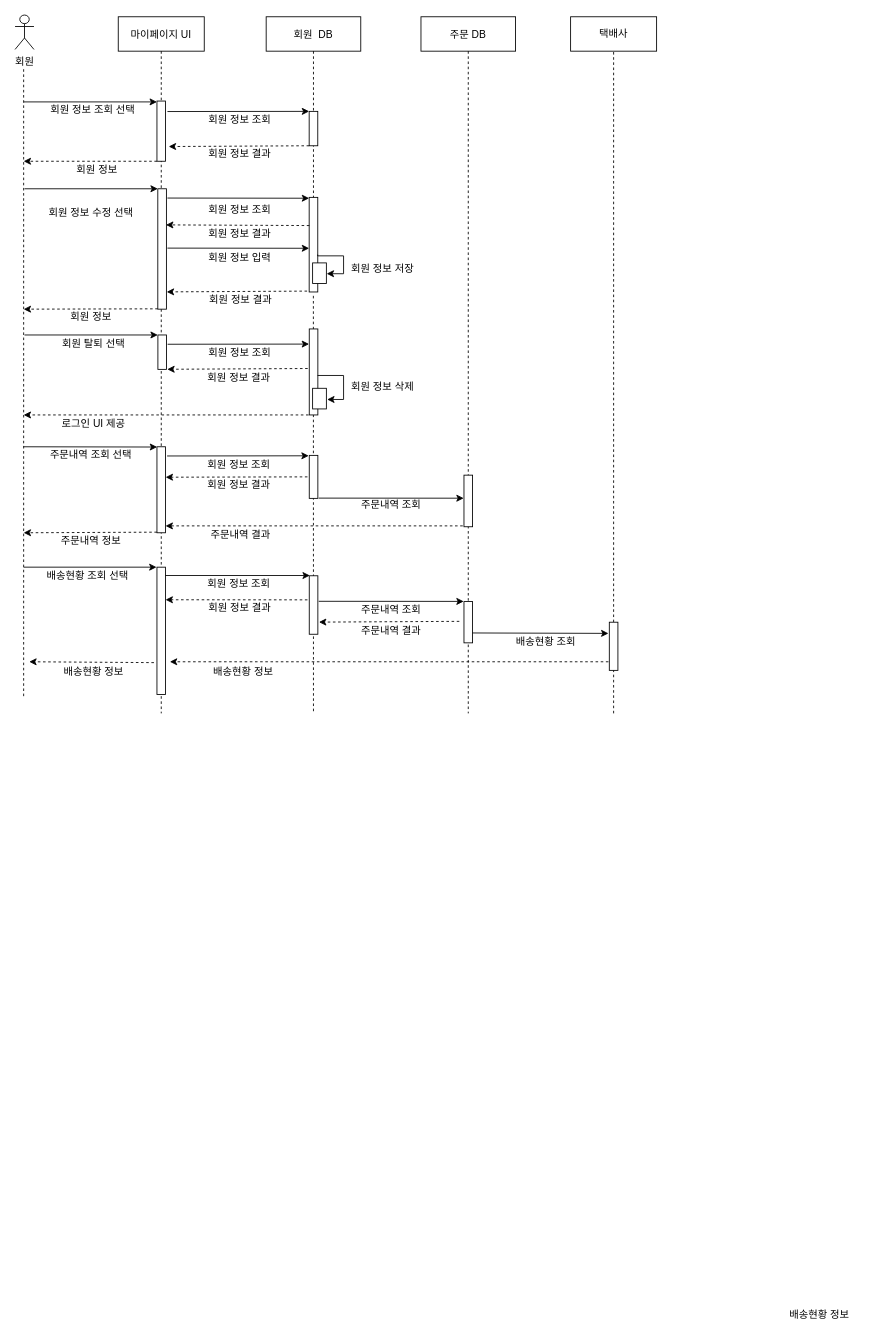
The draw.io diagram Untitled Diagram.drawio in itsdam/JAVA, before the edit. Source tidied: cells renumbered, new cells numbered last; positions are measured from the earlier drawing's top-left corner, leaving out a move shared by most shapes. Both pictures are drawn from the tidied source at 86%, with x=0, y=0 at pixel (15, 15).
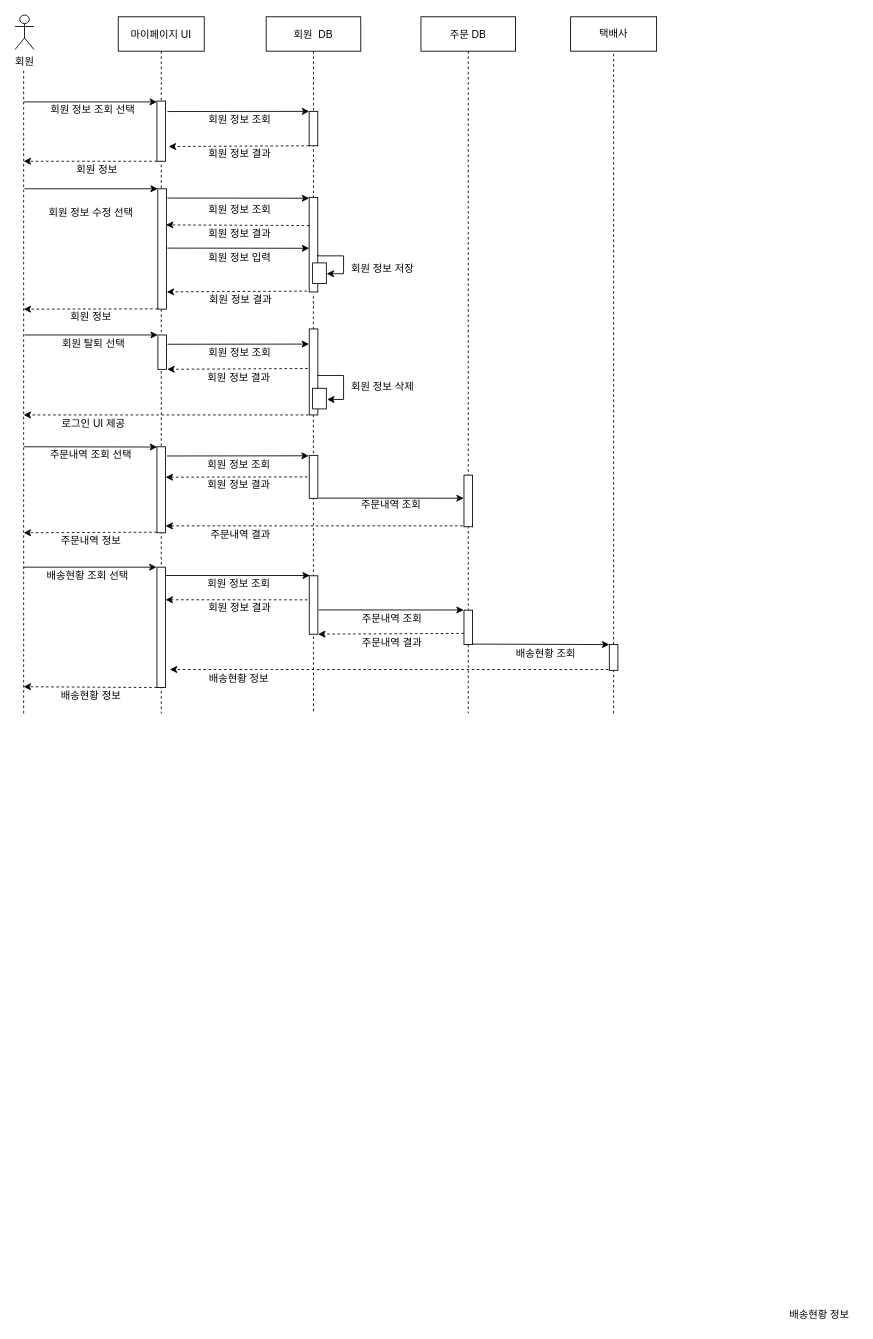
Above is the later version.

The change refers to these unchanged cells:
```xml
<mxCell id="8" value="마이페이지 UI" style="shape=umlLifeline;perimeter=lifelinePerimeter;rounded=0;shadow=0;strokeWidth=1;" parent="1" vertex="1">
  <mxGeometry x="120" y="2" width="100" height="810" as="geometry" />
</mxCell>
<mxCell id="18" value="주문 DB" style="shape=umlLifeline;perimeter=lifelinePerimeter;rounded=0;shadow=0;strokeWidth=1;" parent="1" vertex="1">
  <mxGeometry x="472" y="2" width="110" height="810" as="geometry" />
</mxCell>
```

Diff of the diagram source:
```diff
@@
+    <mxCell id="79" style="endArrow=classic;html=1;rounded=0;dashed=1;endFill=1;" parent="8" edge="1">
+      <mxGeometry relative="1" as="geometry">
+        <mxPoint x="45" y="780" as="sourcePoint" />
+        <mxPoint x="-110" y="779" as="targetPoint" />
+      </mxGeometry>
+    </mxCell>
     <mxCell id="17" style="endArrow=none;dashed=1;html=1;rounded=0;" parent="1" edge="1">
       <mxGeometry relative="1" as="geometry">
-        <mxPoint x="10" y="792" as="sourcePoint" />
+        <mxPoint x="10" y="812" as="sourcePoint" />
         <mxPoint x="10" y="62" as="targetPoint" />
       </mxGeometry>
     </mxCell>
@@
     <mxCell id="21" style="points=[];perimeter=orthogonalPerimeter;rounded=0;shadow=0;strokeWidth=1;" parent="18" vertex="1">
-      <mxGeometry x="50" y="680" width="10" height="48" as="geometry" />
+      <mxGeometry x="50" y="690" width="10" height="40" as="geometry" />
     </mxCell>
     <mxCell id="22" style="endArrow=classic;html=1;rounded=0;entryX=-0.131;entryY=0.297;entryDx=0;entryDy=0;entryPerimeter=0;exitX=1.022;exitY=0.36;exitDx=0;exitDy=0;exitPerimeter=0;endFill=1;" parent="18" edge="1">
       <mxGeometry relative="1" as="geometry">
-        <mxPoint x="-118.9" y="679.7" as="sourcePoint" />
-        <mxPoint x="49.7" y="679.8" as="targetPoint" />
+        <mxPoint x="-118.9" y="689.7" as="sourcePoint" />
+        <mxPoint x="49.7" y="689.8" as="targetPoint" />
       </mxGeometry>
     </mxCell>
-    <mxCell id="23" style="endArrow=classic;html=1;rounded=0;dashed=1;entryX=1.03;entryY=0.253;entryDx=0;entryDy=0;entryPerimeter=0;endFill=1;exitX=-0.141;exitY=0.544;exitDx=0;exitDy=0;exitPerimeter=0;" parent="18" edge="1">
+    <mxCell id="23" style="endArrow=classic;html=1;rounded=0;dashed=1;entryX=1.03;entryY=0.253;entryDx=0;entryDy=0;entryPerimeter=0;endFill=1;exitX=0;exitY=0.675;exitDx=0;exitDy=0;exitPerimeter=0;" parent="18" edge="1" source="21">
       <mxGeometry relative="1" as="geometry">
-        <mxPoint x="44.6" y="703" as="sourcePoint" />
-        <mxPoint x="-118.6" y="703.9" as="targetPoint" />
+        <mxPoint x="-119.6" y="717.9" as="targetPoint" />
       </mxGeometry>
     </mxCell>
-    <mxCell id="24" value="주문내역 결과" style="text;html=1;align=center;verticalAlign=middle;strokeColor=none;fillColor=none;" parent="18" vertex="1">
-      <mxGeometry x="-80.4" y="704" width="90" height="20" as="geometry" />
-    </mxCell>
-    <mxCell id="25" style="endArrow=classic;html=1;rounded=0;exitX=1.022;exitY=0.36;exitDx=0;exitDy=0;exitPerimeter=0;endFill=1;" parent="18" edge="1">
+    <mxCell id="25" style="endArrow=classic;html=1;rounded=0;exitX=1.019;exitY=0.986;exitDx=0;exitDy=0;exitPerimeter=0;endFill=1;" parent="18" edge="1" source="21">
       <mxGeometry relative="1" as="geometry">
-        <mxPoint x="60" y="716.5" as="sourcePoint" />
-        <mxPoint x="218" y="717" as="targetPoint" />
+        <mxPoint x="219" y="730" as="targetPoint" />
       </mxGeometry>
     </mxCell>
     <mxCell id="26" style="endArrow=classic;html=1;rounded=0;dashed=1;endFill=1;exitX=-0.141;exitY=0.544;exitDx=0;exitDy=0;exitPerimeter=0;" parent="18" edge="1">
       <mxGeometry relative="1" as="geometry">
-        <mxPoint x="218" y="750" as="sourcePoint" />
-        <mxPoint x="-292" y="750" as="targetPoint" />
+        <mxPoint x="218" y="759" as="sourcePoint" />
+        <mxPoint x="-292" y="759" as="targetPoint" />
       </mxGeometry>
     </mxCell>
@@
     <mxCell id="59" style="perimeter=orthogonalPerimeter;rounded=0;shadow=0;strokeWidth=1;" parent="1" vertex="1">
-      <mxGeometry x="165" y="642" width="10" height="148" as="geometry" />
+      <mxGeometry x="165" y="642" width="10" height="140" as="geometry" />
     </mxCell>
@@
     <mxCell id="63" value="배송현황 조회" style="text;html=1;align=center;verticalAlign=middle;strokeColor=none;fillColor=none;" parent="1" vertex="1">
-      <mxGeometry x="572" y="719" width="90" height="20" as="geometry" />
+      <mxGeometry x="572" y="733" width="90" height="20" as="geometry" />
     </mxCell>
@@
     <mxCell id="65" style="points=[];perimeter=orthogonalPerimeter;rounded=0;shadow=0;strokeWidth=1;" parent="1" vertex="1">
-      <mxGeometry x="691" y="706" width="10" height="56" as="geometry" />
+      <mxGeometry x="691" y="732" width="10" height="30" as="geometry" />
     </mxCell>
@@
-    <mxCell id="79" style="endArrow=classic;html=1;rounded=0;dashed=1;endFill=1;" parent="1" edge="1">
-      <mxGeometry relative="1" as="geometry">
-        <mxPoint x="161.5" y="753" as="sourcePoint" />
-        <mxPoint x="16.5" y="752" as="targetPoint" />
-      </mxGeometry>
-    </mxCell>
@@
     <mxCell id="82" value="배송현황 정보" style="text;html=1;align=center;verticalAlign=middle;strokeColor=none;fillColor=none;" parent="1" vertex="1">
-      <mxGeometry x="46" y="754" width="90" height="20" as="geometry" />
+      <mxGeometry x="43" y="782" width="90" height="20" as="geometry" />
     </mxCell>
     <mxCell id="83" value="배송현황 정보" style="text;html=1;align=center;verticalAlign=middle;strokeColor=none;fillColor=none;" parent="1" vertex="1">
-      <mxGeometry x="220" y="754" width="90" height="20" as="geometry" />
+      <mxGeometry x="214.5" y="762" width="90" height="20" as="geometry" />
     </mxCell>
@@
+    <mxCell id="24" value="주문내역 결과" style="text;html=1;align=center;verticalAlign=middle;strokeColor=none;fillColor=none;" parent="1" vertex="1">
+      <mxGeometry x="393" y="720" width="90" height="20" as="geometry" />
+    </mxCell>
     <mxCell id="86" value="주문내역 조회" style="text;html=1;align=center;verticalAlign=middle;strokeColor=none;fillColor=none;" parent="1" vertex="1">
-      <mxGeometry x="392" y="682" width="90" height="20" as="geometry" />
+      <mxGeometry x="393" y="692" width="90" height="20" as="geometry" />
     </mxCell>
```
